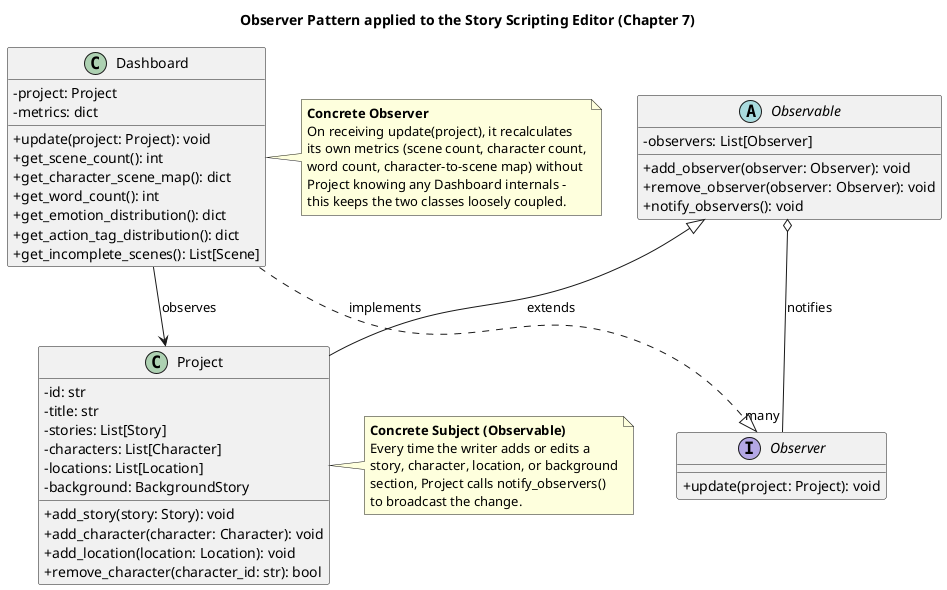
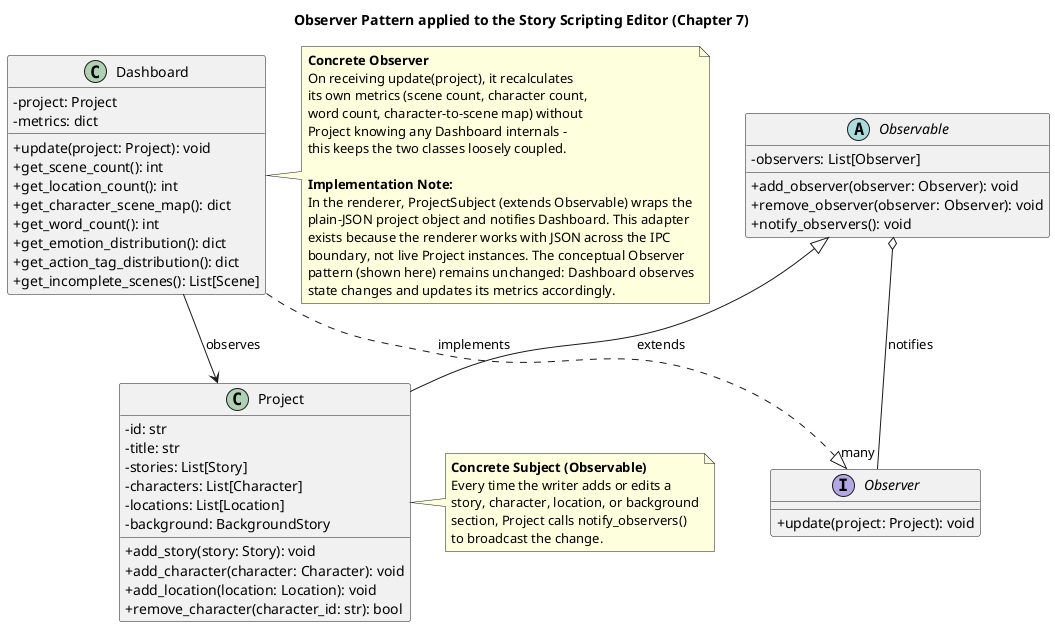
@startuml ObserverPattern
skinparam classAttributeIconSize 0
title Observer Pattern applied to the Story Scripting Editor (Chapter 7)

interface Observer {
  + update(project: Project): void
}

abstract class Observable {
  - observers: List[Observer]
  + add_observer(observer: Observer): void
  + remove_observer(observer: Observer): void
  + notify_observers(): void
}

class Project {
  - id: str
  - title: str
  - stories: List[Story]
  - characters: List[Character]
  - locations: List[Location]
  - background: BackgroundStory
  + add_story(story: Story): void
  + add_character(character: Character): void
  + add_location(location: Location): void
  + remove_character(character_id: str): bool
}

class Dashboard {
  - project: Project
  - metrics: dict
  + update(project: Project): void
  + get_scene_count(): int
+   + get_location_count(): int
  + get_character_scene_map(): dict
  + get_word_count(): int
  + get_emotion_distribution(): dict
  + get_action_tag_distribution(): dict
  + get_incomplete_scenes(): List[Scene]
}

Observable <|-- Project : extends
Observable o-- "many" Observer : notifies
Dashboard ..|> Observer : implements
Dashboard --> Project : observes

note right of Project
  **Concrete Subject (Observable)**
  Every time the writer adds or edits a
  story, character, location, or background
  section, Project calls notify_observers()
  to broadcast the change.
end note

note right of Dashboard
  **Concrete Observer**
  On receiving update(project), it recalculates
  its own metrics (scene count, character count,
  word count, character-to-scene map) without
  Project knowing any Dashboard internals -
  this keeps the two classes loosely coupled.
+ 
+   **Implementation Note:**
+   In the renderer, ProjectSubject (extends Observable) wraps the
+   plain-JSON project object and notifies Dashboard. This adapter
+   exists because the renderer works with JSON across the IPC
+   boundary, not live Project instances. The conceptual Observer
+   pattern (shown here) remains unchanged: Dashboard observes
+   state changes and updates its metrics accordingly.
end note

@enduml
